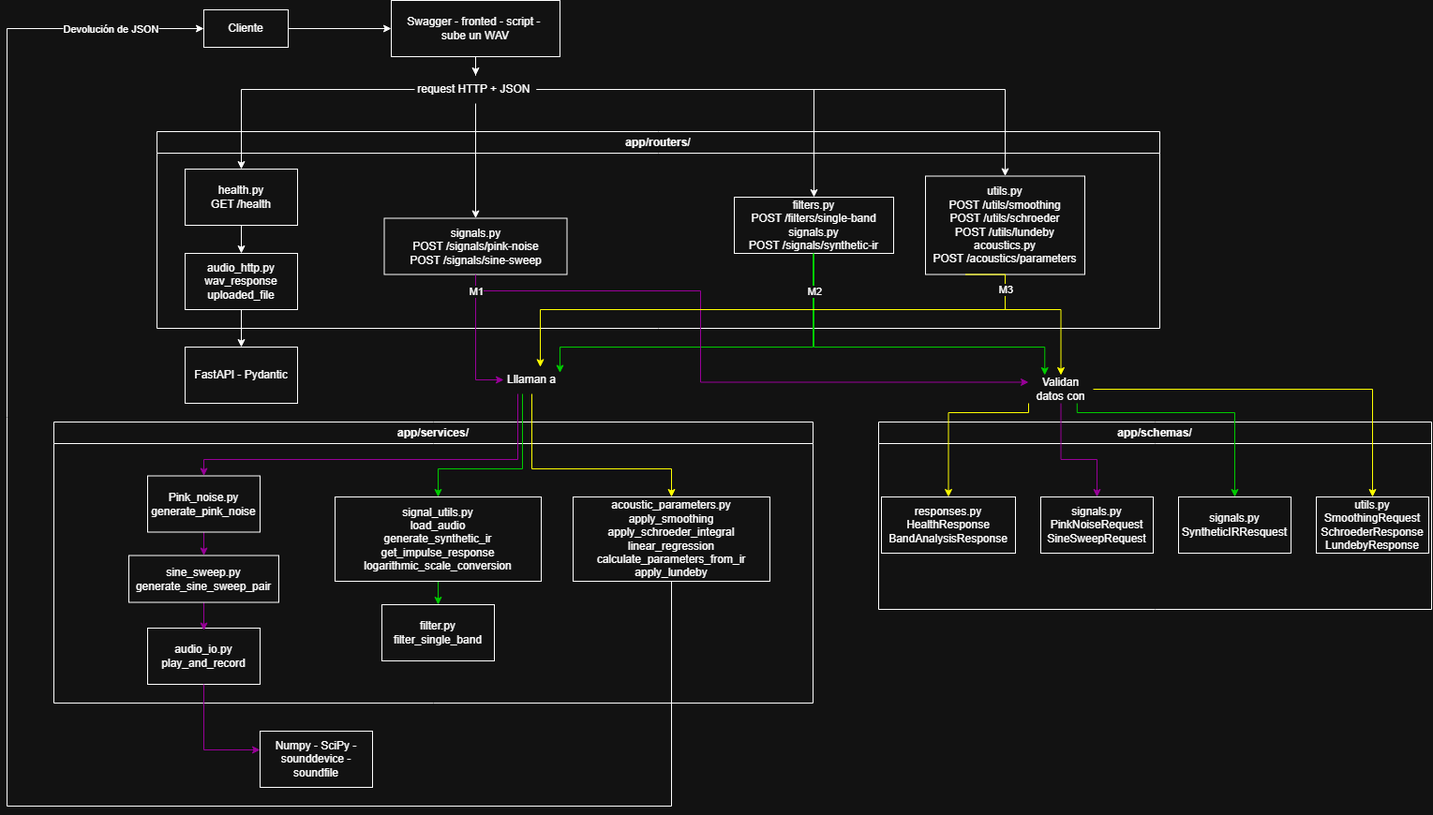
Cadirola24/rir-rar keeps this draw.io diagram as docs/diagrama_arquitectura.png. Above is the earlier version. Source tidied: cells renumbered, new cells last; positions are measured from the earlier drawing's top-left corner, leaving out a move shared by most shapes.
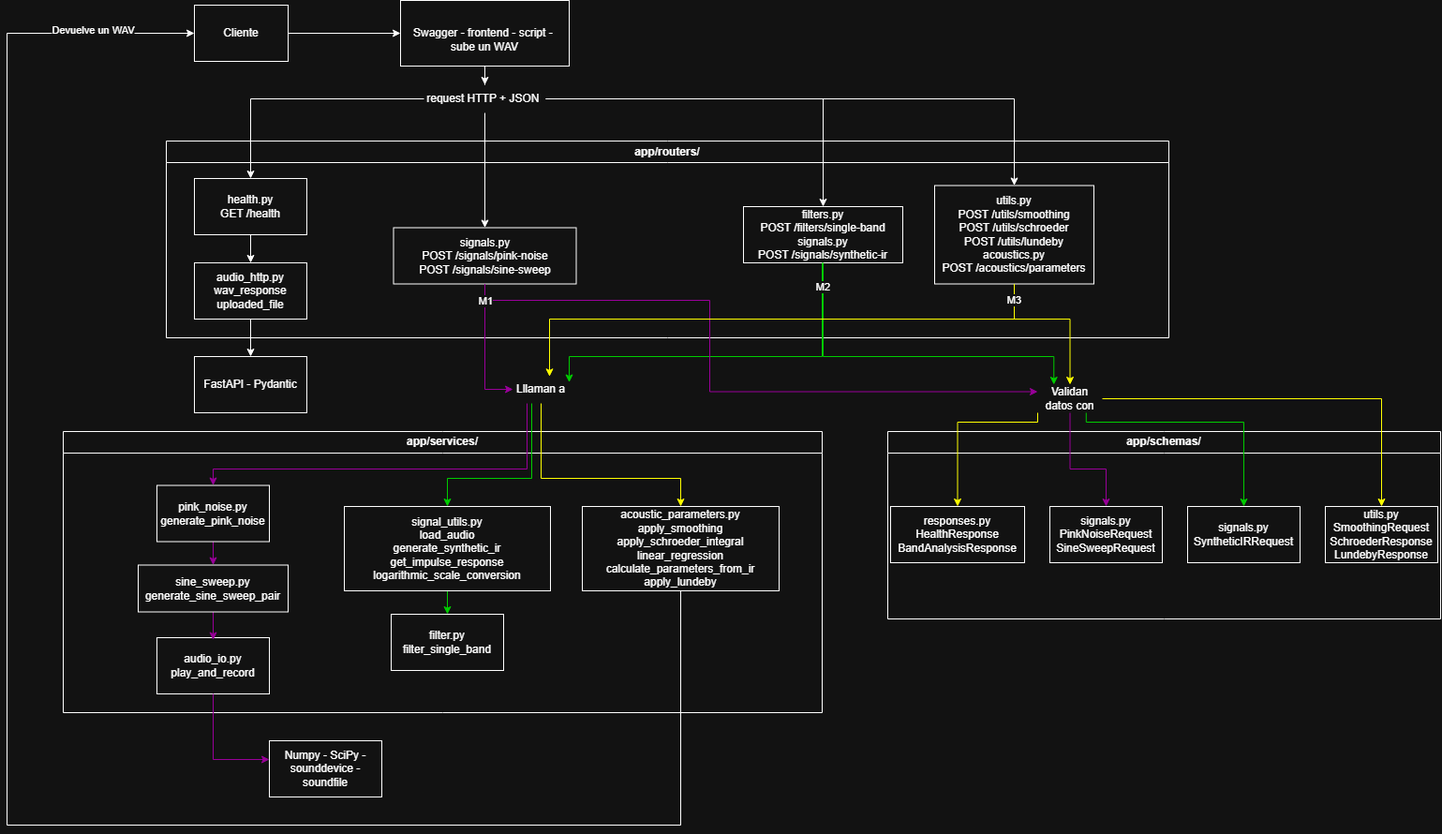
After the change.

Commit message:
Corrección final de diagrama

The edit, as a diff of the source:
```diff
@@ -26,8 +26,8 @@
     <mxCell id="9" style="edgeStyle=orthogonalEdgeStyle;rounded=0;jettySize=auto;html=1;" parent="1" edge="1" source="10" target="15">
       <mxGeometry relative="1" as="geometry" />
     </mxCell>
-    <mxCell id="10" value="&lt;div&gt;&lt;span style=&quot;background-color: transparent; color: light-dark(#000000, var(--ge-light-color, #ffffff));&quot;&gt;Swagger - fronted - script -&amp;nbsp;&lt;/span&gt;&lt;/div&gt;&lt;div&gt;&lt;span style=&quot;background-color: transparent; color: light-dark(#000000, var(--ge-light-color, #ffffff));&quot;&gt;sube un WAV&lt;/span&gt;&lt;/div&gt;" style="rounded=0;whiteSpace=wrap;html=1;" parent="1" vertex="1">
-      <mxGeometry x="410" width="180" height="60" as="geometry" />
+    <mxCell id="10" value="&lt;div&gt;&lt;br&gt;&lt;/div&gt;&lt;div&gt;Swagger - frontend - script -&amp;nbsp;&lt;/div&gt;&lt;div&gt;sube un WAV&lt;/div&gt;" style="rounded=0;whiteSpace=wrap;html=1;" parent="1" vertex="1">
+      <mxGeometry x="410" y="-10" width="180" height="70" as="geometry" />
     </mxCell>
     <mxCell id="11" style="rounded=0;jettySize=auto;html=1;edgeStyle=orthogonalEdgeStyle;entryX=0.5;entryY=0;entryDx=0;entryDy=0;" parent="1" edge="1" source="15" target="4">
       <mxGeometry relative="1" as="geometry" />
@@ -47,7 +47,7 @@
     <mxCell id="16" value="app/schemas/" style="swimlane;whiteSpace=wrap;html=1;" parent="1" vertex="1">
       <mxGeometry x="930" y="450" width="590" height="200" as="geometry" />
     </mxCell>
-    <mxCell id="17" value="signals.py&lt;div&gt;SyntheticIRResquest&lt;/div&gt;" style="whiteSpace=wrap;html=1;" parent="16" vertex="1">
+    <mxCell id="17" value="signals.py&lt;div&gt;SyntheticIRRequest&lt;/div&gt;" style="whiteSpace=wrap;html=1;" parent="16" vertex="1">
       <mxGeometry x="320" y="80" width="120" height="60" as="geometry" />
     </mxCell>
     <mxCell id="18" value="signals.py&lt;div&gt;PinkNoiseRequest&lt;/div&gt;&lt;div&gt;SineSweepRequest&lt;/div&gt;" style="whiteSpace=wrap;html=1;" parent="16" vertex="1">
@@ -65,7 +65,7 @@
     <mxCell id="22" style="edgeStyle=orthogonalEdgeStyle;rounded=0;jettySize=auto;html=1;strokeColor=light-dark(#9673A6,#990099);" parent="21" edge="1" source="23" target="26">
       <mxGeometry relative="1" as="geometry" />
     </mxCell>
-    <mxCell id="23" value="Pink_noise.py&lt;div&gt;generate_pink_noise&lt;/div&gt;" style="whiteSpace=wrap;html=1;" parent="21" vertex="1">
+    <mxCell id="23" value="pink_noise.py&lt;div&gt;generate_pink_noise&lt;/div&gt;" style="whiteSpace=wrap;html=1;" parent="21" vertex="1">
       <mxGeometry x="100" y="57.5" width="120" height="60" as="geometry" />
     </mxCell>
     <mxCell id="24" value="audio_io.py&lt;div&gt;play_and_record&lt;/div&gt;" style="whiteSpace=wrap;html=1;" parent="21" vertex="1">
@@ -183,9 +183,7 @@
       </mxGeometry>
     </mxCell>
     <mxCell id="45" value="M2" style="edgeLabel;html=1;align=center;verticalAlign=middle;inheritText=1;" parent="44" vertex="1">
-      <mxGeometry x="-0.84" y="1" relative="1" as="geometry">
-        <mxPoint y="8" as="offset" />
-      </mxGeometry>
+      <mxGeometry x="-0.87" relative="1" as="geometry" />
     </mxCell>
     <mxCell id="46" style="edgeStyle=orthogonalEdgeStyle;rounded=0;jettySize=auto;html=1;entryX=0;entryY=0.25;entryDx=0;entryDy=0;strokeColor=light-dark(#9673A6,#990099);" parent="1" edge="1" source="5" target="36">
       <mxGeometry x="0.1" relative="1" as="geometry">
@@ -196,25 +194,22 @@
         </Array>
       </mxGeometry>
     </mxCell>
-    <mxCell id="47" style="edgeStyle=orthogonalEdgeStyle;rounded=0;jettySize=auto;html=1;exitX=0.25;exitY=1;exitDx=0;exitDy=0;entryX=0.65;entryY=0.044;entryDx=0;entryDy=0;entryPerimeter=0;strokeColor=light-dark(#000000,#FFFF00);" parent="1" edge="1" source="7" target="43">
-      <mxGeometry x="0.13" relative="1" as="geometry">
+    <mxCell id="47" style="edgeStyle=orthogonalEdgeStyle;rounded=0;jettySize=auto;html=1;exitX=0.5;exitY=1;exitDx=0;exitDy=0;entryX=0.65;entryY=0.044;entryDx=0;entryDy=0;entryPerimeter=0;strokeColor=light-dark(#000000,#FFFF00);" parent="1" edge="1" source="7" target="43">
+      <mxGeometry x="0.07" relative="1" as="geometry">
         <Array as="points">
-          <mxPoint x="1065" y="292.5" />
           <mxPoint x="1065" y="330" />
           <mxPoint x="569" y="330" />
         </Array>
       </mxGeometry>
     </mxCell>
     <mxCell id="48" value="M3" style="edgeLabel;html=1;align=center;verticalAlign=middle;inheritText=1;" parent="47" vertex="1">
-      <mxGeometry x="-0.82" relative="1" as="geometry" />
+      <mxGeometry x="-0.94" relative="1" as="geometry" />
     </mxCell>
     <mxCell id="49" style="edgeStyle=orthogonalEdgeStyle;rounded=0;jettySize=auto;html=1;entryX=0;entryY=0.5;entryDx=0;entryDy=0;strokeColor=light-dark(#9673A6,#990099);" parent="1" edge="1" source="5" target="43">
       <mxGeometry relative="1" as="geometry" />
     </mxCell>
     <mxCell id="50" value="M1" style="edgeLabel;html=1;align=center;verticalAlign=middle;inheritText=1;" parent="49" vertex="1">
-      <mxGeometry x="-0.85" relative="1" as="geometry">
-        <mxPoint y="7" as="offset" />
-      </mxGeometry>
+      <mxGeometry x="-0.75" relative="1" as="geometry" />
     </mxCell>
     <mxCell id="51" value="FastAPI - Pydantic" style="whiteSpace=wrap;html=1;" parent="1" vertex="1">
       <mxGeometry x="190" y="370" width="120" height="60" as="geometry" />
@@ -222,25 +217,23 @@
     <mxCell id="52" style="edgeStyle=orthogonalEdgeStyle;rounded=0;jettySize=auto;html=1;" parent="1" edge="1" source="8" target="51">
       <mxGeometry relative="1" as="geometry" />
     </mxCell>
-    <mxCell id="53" style="edgeStyle=orthogonalEdgeStyle;rounded=0;jettySize=auto;html=1;exitX=0.5;exitY=1;exitDx=0;exitDy=0;defaultLabelBackgroundColor=page;entryX=0;entryY=0.5;entryDx=0;entryDy=0;" parent="1" edge="1" source="29" target="56">
-      <mxGeometry x="-0.74" relative="1" as="geometry">
-        <Array as="points">
-          <mxPoint x="709" y="860" />
-          <mxPoint y="860" />
-          <mxPoint y="30" />
-        </Array>
-      </mxGeometry>
-    </mxCell>
-    <mxCell id="54" value="Devolución de JSON" style="edgeLabel;html=1;align=center;verticalAlign=middle;inheritText=1;defaultLabelBackgroundColor=page;" parent="53" vertex="1">
-      <mxGeometry x="0.97" relative="1" as="geometry">
-        <mxPoint x="-74" as="offset" />
-      </mxGeometry>
-    </mxCell>
-    <mxCell id="55" style="edgeStyle=orthogonalEdgeStyle;rounded=0;jettySize=auto;html=1;exitX=1;exitY=0.5;exitDx=0;exitDy=0;entryX=0;entryY=0.5;entryDx=0;entryDy=0;defaultLabelBackgroundColor=page;" parent="1" edge="1" source="56" target="10">
+    <mxCell id="55" style="edgeStyle=orthogonalEdgeStyle;rounded=0;jettySize=auto;html=1;entryX=0;entryY=0.5;entryDx=0;entryDy=0;defaultLabelBackgroundColor=page;" parent="1" edge="1" source="56" target="10">
       <mxGeometry relative="1" as="geometry" />
     </mxCell>
     <mxCell id="56" value="Cliente" style="whiteSpace=wrap;html=1;" parent="1" vertex="1">
-      <mxGeometry x="210" y="10" width="90" height="40" as="geometry" />
+      <mxGeometry x="190" y="-5" width="100" height="60" as="geometry" />
     </mxCell>
+    <mxCell id="53" style="edgeStyle=orthogonalEdgeStyle;rounded=0;jettySize=auto;html=1;defaultLabelBackgroundColor=page;entryX=0;entryY=0.5;entryDx=0;entryDy=0;" parent="1" edge="1" source="29" target="56">
+      <mxGeometry x="0.39" relative="1" as="geometry">
+        <Array as="points">
+          <mxPoint x="709" y="870" />
+          <mxPoint x="-10" y="870" />
+          <mxPoint x="-10" y="25" />
+        </Array>
+      </mxGeometry>
+    </mxCell>
+    <mxCell id="57" value="Devuelve un WAV" style="edgeLabel;html=1;align=center;verticalAlign=middle;inheritText=1;defaultLabelBackgroundColor=page;" parent="53" vertex="1">
+      <mxGeometry x="0.89" y="4" relative="1" as="geometry" />
+    </mxCell>
   </root>
 </mxGraphModel>
```
